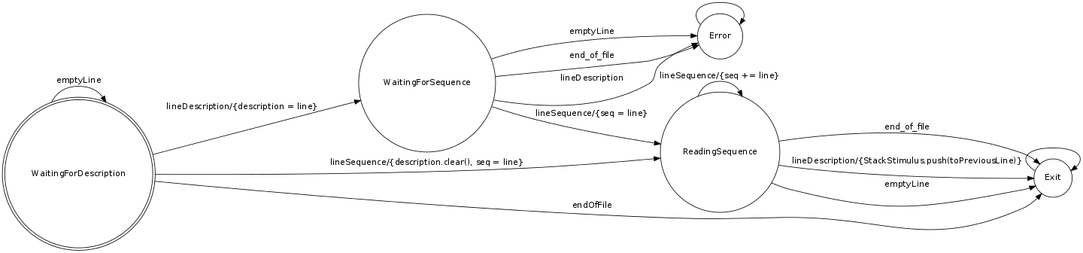
This is doc/FSM.png from fmunoz92/biopp-filer, a Graphviz export, as it was before one commit. Its source is kept beside it as doc/fsm.gv.
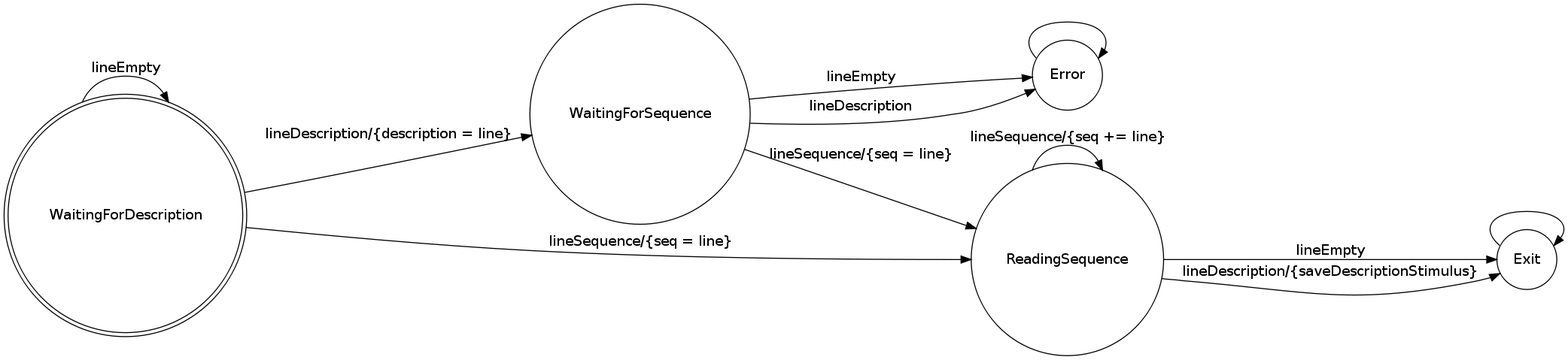
Later version of the same file.

What changed in the source:
```diff
@@ -4,22 +4,19 @@
 	node [shape = doublecircle]; WaitingForDescription;
 	node [shape = circle];
 
-    WaitingForDescription -> WaitingForDescription [ label = "emptyLine" ];
+    WaitingForDescription -> WaitingForDescription [ label = "lineEmpty" ];
 	WaitingForDescription -> WaitingForSequence [ label = "lineDescription/{description = line}" ];
-	WaitingForDescription -> ReadingSequence    [ label = "lineSequence/{description.clear(), seq = line}" ];
-	WaitingForDescription -> Exit               [ label = "endOfFile" ];
+	WaitingForDescription -> ReadingSequence    [ label = "lineSequence/{seq = line}" ];
 
 	WaitingForSequence -> ReadingSequence    [ label = "lineSequence/{seq = line}" ];
 	WaitingForSequence -> Error              [ label = "lineDescription" ];
-	WaitingForSequence -> Error              [ label = "emptyLine" ];
-	WaitingForSequence -> Error              [ label = "end_of_file" ];
+	WaitingForSequence -> Error              [ label = "lineEmpty" ];
 
-	ReadingSequence    -> Exit               [ label = "emptyLine" ];
-	ReadingSequence    -> Exit               [ label = "end_of_file" ];
+	ReadingSequence    -> Exit               [ label = "lineEmpty" ];
 	ReadingSequence    -> ReadingSequence    [ label = "lineSequence/{seq += line}" ];
-    ReadingSequence    -> Exit               [ label = "lineDescription/{StackStimulus.push(toPreviousLine)}" ];
-
+    ReadingSequence    -> Exit               [ label = "lineDescription/{saveDescriptionStimulus}" ];
 
     Error-> Error [label = ""]
+
     Exit -> Exit [label = ""]
 }
```
